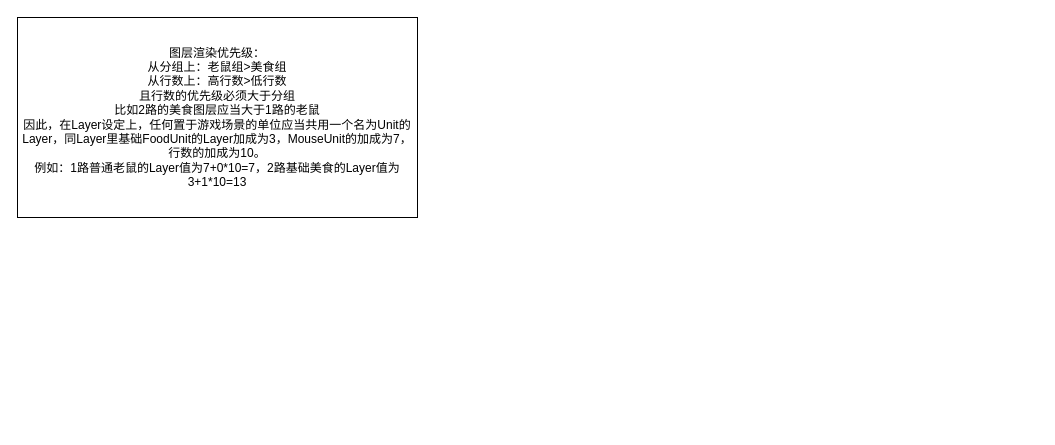
The draw.io diagram docs/行列判定与图层渲染优先级问题.drawio in S7UP/FoodVSMouse, before the edit. Source tidied: cells renumbered, new cells numbered last; positions are measured from the earlier drawing's top-left corner, leaving out a move shared by most shapes. Both pictures are drawn from the tidied source at 100%, with x=0, y=0 at pixel (17, 17).
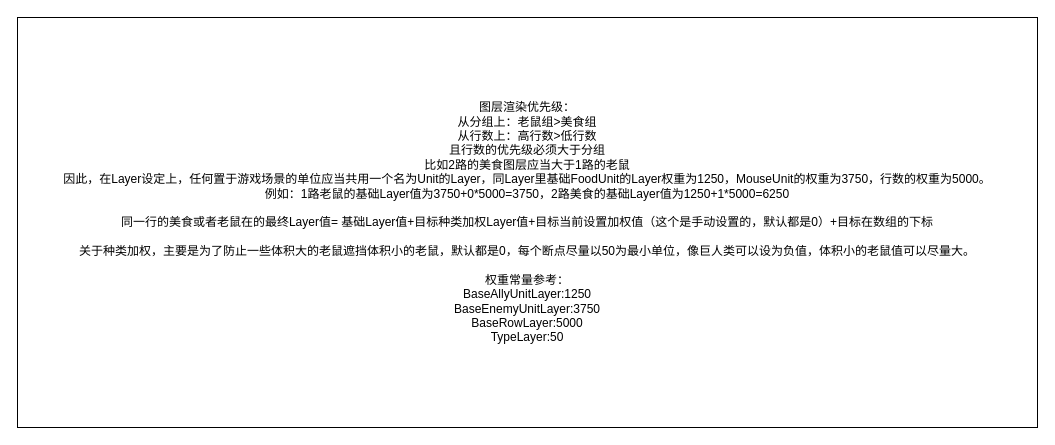
Above is the later version.

What changed in the source:
```diff
@@
 <mxGraphModel>
   <root>
     <mxCell id="0" />
     <mxCell id="1" parent="0" />
-    <mxCell id="2" value="图层渲染优先级：&lt;br&gt;从分组上：老鼠组&amp;gt;美食组&lt;br&gt;从行数上：高行数&amp;gt;低行数&lt;br&gt;且行数的优先级必须大于分组&lt;br&gt;比如2路的美食图层应当大于1路的老鼠&lt;br&gt;因此，在Layer设定上，任何置于游戏场景的单位应当共用一个名为Unit的Layer，同Layer里基础FoodUnit的Layer加成为3，MouseUnit的加成为7，行数的加成为10。&lt;br&gt;例如：1路普通老鼠的Layer值为7+0*10=7，2路基础美食的Layer值为3+1*10=13&lt;br&gt;" style="rounded=0;whiteSpace=wrap;html=1;" parent="1" vertex="1">
-      <mxGeometry width="400" height="200" as="geometry" />
+    <mxCell id="2" value="图层渲染优先级：&lt;br&gt;从分组上：老鼠组&amp;gt;美食组&lt;br&gt;从行数上：高行数&amp;gt;低行数&lt;br&gt;且行数的优先级必须大于分组&lt;br&gt;比如2路的美食图层应当大于1路的老鼠&lt;br&gt;因此，在Layer设定上，任何置于游戏场景的单位应当共用一个名为Unit的Layer，同Layer里基础FoodUnit的Layer权重为1250，MouseUnit的权重为3750，行数的权重为5000。&lt;br&gt;例如：1路老鼠的基础Layer值为3750+0*5000=3750，2路美食的基础Layer值为1250+1*5000=6250&lt;br&gt;&lt;br&gt;同一行的美食或者老鼠在的最终Layer值= 基础Layer值+目标种类加权Layer值+目标当前设置加权值（这个是手动设置的，默认都是0）+目标在数组的下标&lt;br&gt;&lt;br&gt;关于种类加权，主要是为了防止一些体积大的老鼠遮挡体积小的老鼠，默认都是0，每个断点尽量以50为最小单位，像巨人类可以设为负值，体积小的老鼠值可以尽量大。&lt;br&gt;&lt;br&gt;权重常量参考：&lt;br&gt;BaseAllyUnitLayer:1250&lt;br&gt;BaseEnemyUnitLayer:3750&lt;br&gt;BaseRowLayer:5000&lt;br&gt;TypeLayer:50" style="rounded=0;whiteSpace=wrap;html=1;" parent="1" vertex="1">
+      <mxGeometry width="1020" height="410" as="geometry" />
     </mxCell>
   </root>
 </mxGraphModel>
```
